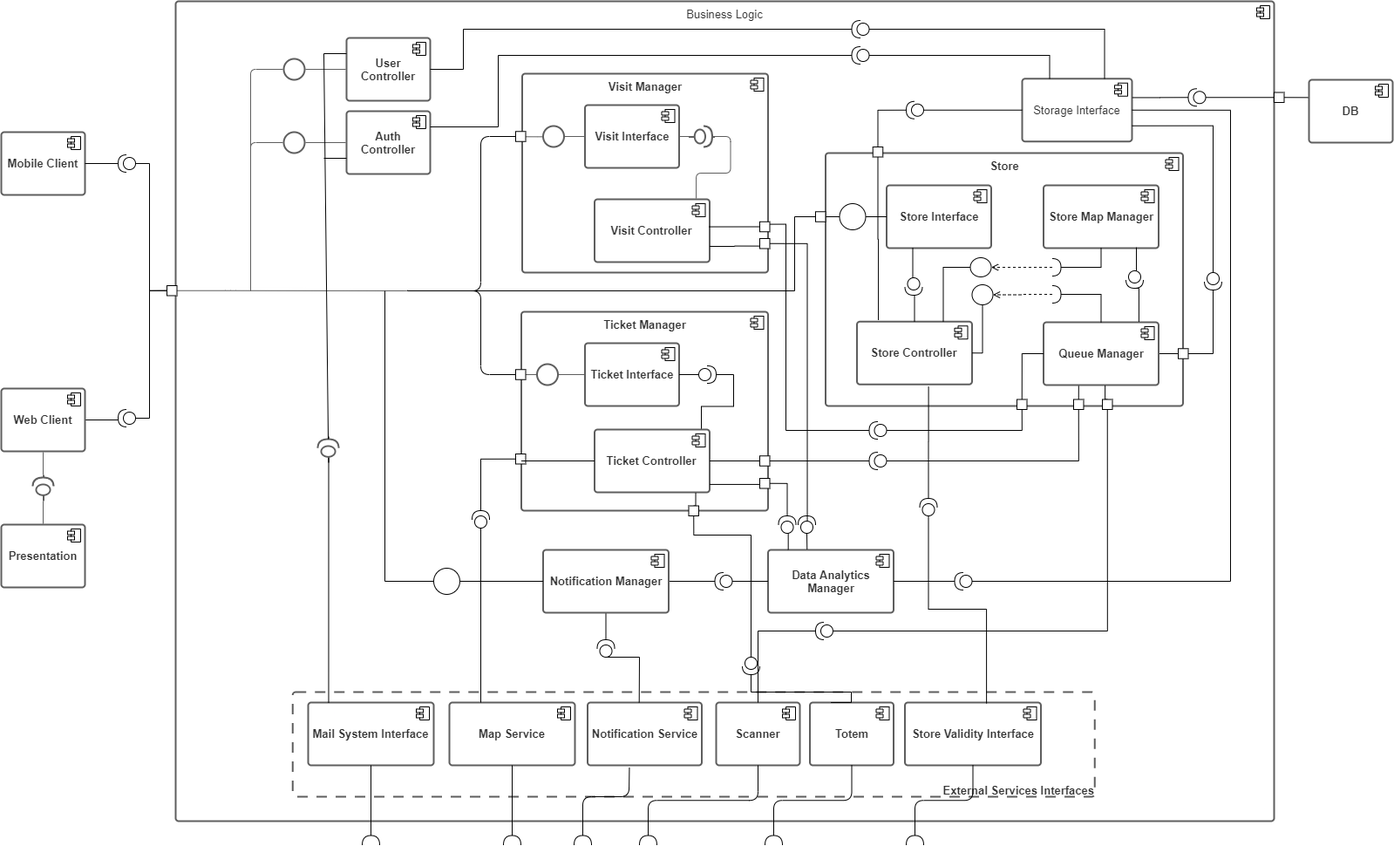
The draw.io diagram DD/img/component_view.png in giovannidispoto/CLup-software-engineering-2, before a commit. Source tidied: cells renumbered, new cells last; positions are measured from the earlier drawing's top-left corner, leaving out a move shared by most shapes.
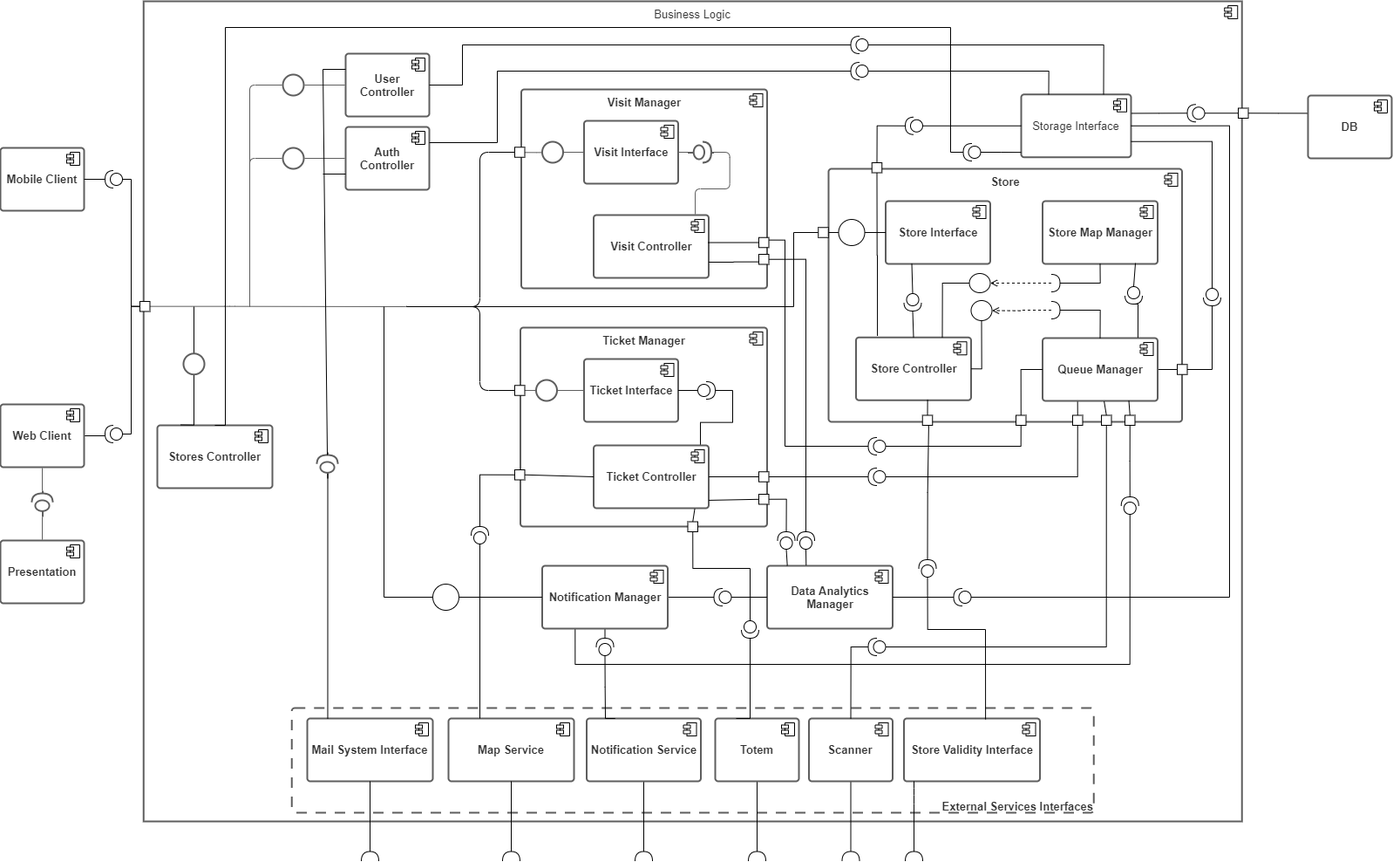
After the commit.

Commit message:
component view image, added queue scaling process

Diff of the diagram source:
```diff
@@ -4,4 +4,4 @@
     <mxCell id="1" parent="0" />
-    <mxCell id="2" value="Business Logic" style="html=1;whiteSpace=wrap;fontSize=13;fontColor=#333333;spacing=3;verticalAlign=top;strokeColor=#5e5e5e;strokeOpacity=100;rounded=1;absoluteArcSize=1;arcSize=7;strokeWidth=2;" parent="1" vertex="1">
-      <mxGeometry x="200" width="1260" height="940" as="geometry" />
+    <mxCell id="2" value="Business Logic" style="html=1;whiteSpace=wrap;fontSize=13;fontColor=#333333;spacing=3;verticalAlign=top;strokeColor=#5e5e5e;strokeOpacity=100;rounded=0;absoluteArcSize=1;arcSize=7;strokeWidth=2;" parent="1" vertex="1">
+      <mxGeometry x="164.2" y="-18" width="1260" height="940" as="geometry" />
     </mxCell>
@@ -108,4 +108,7 @@
     </mxCell>
+    <mxCell id="212" style="edgeStyle=orthogonalEdgeStyle;rounded=0;jettySize=auto;html=1;exitX=0.5;exitY=1;exitDx=0;exitDy=0;entryX=1;entryY=0.5;entryDx=0;entryDy=0;entryPerimeter=0;endArrow=none;endFill=0;" parent="1" edge="1" source="30" target="96">
+      <mxGeometry relative="1" as="geometry" />
+    </mxCell>
     <mxCell id="30" value="Totem" style="html=1;whiteSpace=wrap;fontSize=13;fontColor=#333333;fontStyle=1;spacing=3;strokeColor=#5e5e5e;strokeOpacity=100;rounded=1;absoluteArcSize=1;arcSize=7;strokeWidth=2;" parent="1" vertex="1">
-      <mxGeometry x="927.5" y="804" width="96" height="72" as="geometry" />
+      <mxGeometry x="820" y="804" width="96" height="72" as="geometry" />
     </mxCell>
@@ -116,4 +119,7 @@
     </mxCell>
+    <mxCell id="213" style="edgeStyle=orthogonalEdgeStyle;rounded=0;jettySize=auto;html=1;exitX=0.5;exitY=1;exitDx=0;exitDy=0;entryX=1;entryY=0.5;entryDx=0;entryDy=0;entryPerimeter=0;endArrow=none;endFill=0;" parent="1" edge="1" source="32" target="98">
+      <mxGeometry relative="1" as="geometry" />
+    </mxCell>
     <mxCell id="32" value="Scanner" style="html=1;whiteSpace=wrap;fontSize=13;fontColor=#333333;fontStyle=1;spacing=3;strokeColor=#5e5e5e;strokeOpacity=100;rounded=1;absoluteArcSize=1;arcSize=7;strokeWidth=2;" parent="1" vertex="1">
-      <mxGeometry x="820" y="804" width="96" height="72" as="geometry" />
+      <mxGeometry x="927.5" y="804" width="96" height="72" as="geometry" />
     </mxCell>
@@ -202,3 +208,3 @@
     <mxCell id="55" value="Store" style="html=1;whiteSpace=wrap;fontSize=13;fontColor=#333333;fontStyle=1;spacing=3;verticalAlign=top;strokeColor=#5e5e5e;strokeOpacity=100;rounded=1;absoluteArcSize=1;arcSize=7;strokeWidth=2;" parent="1" vertex="1">
-      <mxGeometry x="945.5" y="174" width="410" height="290" as="geometry" />
+      <mxGeometry x="950" y="174" width="405.5" height="290" as="geometry" />
     </mxCell>
@@ -345,3 +351,3 @@
     </mxCell>
-    <mxCell id="91" style="endArrow=none;html=1;entryX=0;entryY=0.5;entryDx=0;entryDy=0;exitX=0;exitY=0.75;exitDx=0;exitDy=0;" parent="1" edge="1" source="34" target="38">
+    <mxCell id="91" style="endArrow=none;html=1;entryX=0;entryY=0.5;entryDx=0;entryDy=0;exitX=1;exitY=0.5;exitDx=0;exitDy=0;" parent="1" edge="1" source="90" target="38">
       <mxGeometry relative="1" as="geometry" />
@@ -361,13 +367,7 @@
     <mxCell id="96" style="shape=requiredInterface;html=1;verticalLabelPosition=bottom;rotation=-90;" parent="1" vertex="1">
-      <mxGeometry x="736.5" y="952" width="11" height="20" as="geometry" />
+      <mxGeometry x="862.5" y="952" width="11" height="20" as="geometry" />
     </mxCell>
-    <mxCell id="97" style="endArrow=none;html=1;edgeStyle=orthogonalEdgeStyle;exitX=1;exitY=0.5;exitDx=0;exitDy=0;exitPerimeter=0;entryX=0.5;entryY=1;entryDx=0;entryDy=0;" parent="1" edge="1" source="96" target="32">
-      <mxGeometry relative="1" as="geometry" />
-    </mxCell>
     <mxCell id="98" style="shape=requiredInterface;html=1;verticalLabelPosition=bottom;rotation=-90;" parent="1" vertex="1">
-      <mxGeometry x="880.5" y="952" width="11" height="20" as="geometry" />
+      <mxGeometry x="970" y="952" width="11" height="20" as="geometry" />
     </mxCell>
-    <mxCell id="99" style="endArrow=none;html=1;edgeStyle=orthogonalEdgeStyle;exitX=1;exitY=0.5;exitDx=0;exitDy=0;exitPerimeter=0;entryX=0.5;entryY=1;entryDx=0;entryDy=0;" parent="1" edge="1" source="98" target="30">
-      <mxGeometry relative="1" as="geometry" />
-    </mxCell>
     <mxCell id="100" style="shape=requiredInterface;html=1;verticalLabelPosition=bottom;rotation=-90;" parent="1" vertex="1">
@@ -376,3 +376,8 @@
     <mxCell id="101" style="endArrow=none;html=1;edgeStyle=orthogonalEdgeStyle;exitX=1;exitY=0.5;exitDx=0;exitDy=0;exitPerimeter=0;" parent="1" edge="1" source="100" target="52">
-      <mxGeometry relative="1" as="geometry" />
+      <mxGeometry relative="1" as="geometry">
+        <Array as="points">
+          <mxPoint x="1048" y="892" />
+          <mxPoint x="1048" y="892" />
+        </Array>
+      </mxGeometry>
     </mxCell>
@@ -384,2 +389,12 @@
     </mxCell>
+    <mxCell id="214" style="edgeStyle=orthogonalEdgeStyle;rounded=0;orthogonalLoop=1;jettySize=auto;html=1;exitX=0.5;exitY=0;exitDx=0;exitDy=0;entryX=1;entryY=0.5;entryDx=0;entryDy=0;entryPerimeter=0;endArrow=none;endFill=0;" parent="1" edge="1">
+      <mxGeometry relative="1" as="geometry">
+        <mxPoint x="659.2" y="629" as="sourcePoint" />
+        <mxPoint x="1295.8" y="570" as="targetPoint" />
+        <Array as="points">
+          <mxPoint x="659" y="742" />
+          <mxPoint x="1296" y="742" />
+        </Array>
+      </mxGeometry>
+    </mxCell>
     <mxCell id="104" value="Notification Manager" style="html=1;whiteSpace=wrap;fontSize=13;fontColor=#333333;fontStyle=1;spacing=3;strokeColor=#5e5e5e;strokeOpacity=100;rounded=1;absoluteArcSize=1;arcSize=7;strokeWidth=2;" parent="1" vertex="1">
@@ -430,3 +445,3 @@
     <mxCell id="115" style="whiteSpace=wrap;html=1;" parent="1" vertex="1">
-      <mxGeometry x="934" y="241.2" width="11.5" height="11.5" as="geometry" />
+      <mxGeometry x="938.2" y="241.2" width="11.5" height="11.5" as="geometry" />
     </mxCell>
@@ -497,3 +512,3 @@
     <mxCell id="136" style="shape=providedRequiredInterface;html=1;verticalLabelPosition=bottom;rotation=-180;" parent="1" vertex="1">
-      <mxGeometry x="934" y="712" width="20" height="20" as="geometry" />
+      <mxGeometry x="995.5" y="712" width="20" height="20" as="geometry" />
     </mxCell>
@@ -502,5 +517,3 @@
         <Array as="points">
-          <mxPoint x="860" y="792" />
-          <mxPoint x="975" y="792" />
-          <mxPoint x="975" y="804" />
+          <mxPoint x="860" y="804" />
         </Array>
@@ -509,3 +522,3 @@
     <mxCell id="138" style="shape=providedRequiredInterface;html=1;verticalLabelPosition=bottom;rotation=90;" parent="1" vertex="1">
-      <mxGeometry x="850" y="752" width="20" height="20" as="geometry" />
+      <mxGeometry x="850" y="692" width="20" height="20" as="geometry" />
     </mxCell>
@@ -628,10 +641,12 @@
     </mxCell>
-    <mxCell id="170" style="edgeStyle=orthogonalEdgeStyle;rounded=0;jettySize=auto;html=1;exitX=1;exitY=0.5;exitDx=0;exitDy=0;exitPerimeter=0;entryX=0.622;entryY=1.038;entryDx=0;entryDy=0;entryPerimeter=0;startArrow=none;startFill=0;endArrow=none;endFill=0;" parent="1" edge="1" source="172" target="59">
-      <mxGeometry relative="1" as="geometry" />
-    </mxCell>
     <mxCell id="171" style="edgeStyle=orthogonalEdgeStyle;rounded=0;jettySize=auto;html=1;exitX=0;exitY=0.5;exitDx=0;exitDy=0;exitPerimeter=0;startArrow=none;startFill=0;endArrow=none;endFill=0;entryX=0.6;entryY=0.015;entryDx=0;entryDy=0;entryPerimeter=0;" parent="1" edge="1" source="172" target="52">
-      <mxGeometry relative="1" as="geometry" />
+      <mxGeometry relative="1" as="geometry">
+        <Array as="points">
+          <mxPoint x="1064" y="702" />
+          <mxPoint x="1130" y="702" />
+        </Array>
+      </mxGeometry>
     </mxCell>
     <mxCell id="172" style="shape=providedRequiredInterface;html=1;verticalLabelPosition=bottom;rotation=-90;" parent="1" vertex="1">
-      <mxGeometry x="1053.5" y="570" width="20" height="20" as="geometry" />
+      <mxGeometry x="1053.5" y="622" width="20" height="20" as="geometry" />
     </mxCell>
@@ -644,3 +659,3 @@
     <mxCell id="175" style="whiteSpace=wrap;html=1;" parent="1" vertex="1">
-      <mxGeometry x="1460" y="104.5" width="11.5" height="11.5" as="geometry" />
+      <mxGeometry x="1420" y="104.5" width="11.5" height="11.5" as="geometry" />
     </mxCell>
@@ -658,4 +673,4 @@
         <Array as="points">
-          <mxPoint x="170" y="186" />
-          <mxPoint x="170" y="332" />
+          <mxPoint x="150" y="186" />
+          <mxPoint x="150" y="332" />
         </Array>
@@ -664,3 +679,3 @@
     <mxCell id="180" style="shape=providedRequiredInterface;html=1;verticalLabelPosition=bottom;rotation=-180;" parent="1" vertex="1">
-      <mxGeometry x="134" y="176" width="20" height="20" as="geometry" />
+      <mxGeometry x="120" y="176" width="20" height="20" as="geometry" />
     </mxCell>
@@ -669,4 +684,4 @@
         <Array as="points">
-          <mxPoint x="170" y="478" />
-          <mxPoint x="170" y="332" />
+          <mxPoint x="150" y="478" />
+          <mxPoint x="150" y="332" />
         </Array>
@@ -675,6 +690,6 @@
     <mxCell id="182" style="shape=providedRequiredInterface;html=1;verticalLabelPosition=bottom;rotation=-180;" parent="1" vertex="1">
-      <mxGeometry x="134" y="468" width="20" height="20" as="geometry" />
+      <mxGeometry x="120" y="468" width="20" height="20" as="geometry" />
     </mxCell>
     <mxCell id="183" style="whiteSpace=wrap;html=1;" parent="1" vertex="1">
-      <mxGeometry x="190" y="326" width="11.5" height="11.5" as="geometry" />
+      <mxGeometry x="160" y="326" width="11.5" height="11.5" as="geometry" />
     </mxCell>
@@ -683,4 +698,4 @@
         <Array as="points">
-          <mxPoint x="794" y="612" />
-          <mxPoint x="860" y="612" />
+          <mxPoint x="794" y="632" />
+          <mxPoint x="860" y="632" />
         </Array>
@@ -716,3 +731,3 @@
     </mxCell>
-    <mxCell id="193" style="edgeStyle=orthogonalEdgeStyle;rounded=0;jettySize=auto;html=1;exitX=1;exitY=0.5;exitDx=0;exitDy=0;entryX=0.544;entryY=0.526;entryDx=0;entryDy=0;entryPerimeter=0;endArrow=none;endFill=0;" parent="1" edge="1" source="194" target="196">
+    <mxCell id="193" style="edgeStyle=orthogonalEdgeStyle;rounded=0;jettySize=auto;html=1;exitX=1;exitY=0.5;exitDx=0;exitDy=0;entryX=1;entryY=0.5;entryDx=0;entryDy=0;entryPerimeter=0;endArrow=none;endFill=0;" parent="1" edge="1" source="194" target="196">
       <mxGeometry relative="1" as="geometry" />
@@ -757,9 +772,4 @@
     </mxCell>
-    <mxCell id="206" style="edgeStyle=none;rounded=1;jettySize=auto;html=1;exitX=0.366;exitY=1.036;exitDx=0;exitDy=0;entryX=1;entryY=0.5;entryDx=0;entryDy=0;entryPerimeter=0;endArrow=none;endFill=0;exitPerimeter=0;" parent="1" edge="1" source="207" target="211">
-      <mxGeometry relative="1" as="geometry">
-        <Array as="points">
-          <mxPoint x="720" y="912" />
-          <mxPoint x="667" y="912" />
-        </Array>
-      </mxGeometry>
+    <mxCell id="206" style="edgeStyle=orthogonalEdgeStyle;rounded=0;jettySize=auto;html=1;exitX=0.5;exitY=1;exitDx=0;exitDy=0;endArrow=none;endFill=0;" parent="1" edge="1" source="207" target="211">
+      <mxGeometry relative="1" as="geometry" />
     </mxCell>
@@ -773,6 +783,8 @@
     </mxCell>
-    <mxCell id="209" style="edgeStyle=none;rounded=0;jettySize=auto;html=1;exitX=0;exitY=0.5;exitDx=0;exitDy=0;exitPerimeter=0;entryX=0.452;entryY=0;entryDx=0;entryDy=0;entryPerimeter=0;endArrow=none;endFill=0;" parent="1" edge="1" source="210" target="207">
+    <mxCell id="209" style="edgeStyle=orthogonalEdgeStyle;rounded=0;jettySize=auto;html=1;exitX=0;exitY=0.5;exitDx=0;exitDy=0;exitPerimeter=0;entryX=0.25;entryY=0;entryDx=0;entryDy=0;endArrow=none;endFill=0;" parent="1" edge="1" source="210" target="207">
       <mxGeometry relative="1" as="geometry">
         <Array as="points">
-          <mxPoint x="732" y="752" />
+          <mxPoint x="694" y="768" />
+          <mxPoint x="694" y="768" />
+          <mxPoint x="694" y="804" />
         </Array>
@@ -781,7 +793,73 @@
     <mxCell id="210" style="shape=providedRequiredInterface;html=1;verticalLabelPosition=bottom;rotation=-90;" parent="1" vertex="1">
-      <mxGeometry x="683.5" y="732" width="20" height="20" as="geometry" />
+      <mxGeometry x="683.5" y="712" width="20" height="20" as="geometry" />
     </mxCell>
     <mxCell id="211" style="shape=requiredInterface;html=1;verticalLabelPosition=bottom;rotation=-90;" parent="1" vertex="1">
-      <mxGeometry x="661.5" y="952" width="11" height="20" as="geometry" />
+      <mxGeometry x="732.5" y="952" width="11" height="20" as="geometry" />
     </mxCell>
+    <mxCell id="215" value="Stores&amp;nbsp;Controller" style="html=1;whiteSpace=wrap;fontSize=13;fontColor=#333333;fontStyle=1;spacing=3;strokeColor=#5e5e5e;strokeOpacity=100;rounded=1;absoluteArcSize=1;arcSize=7;strokeWidth=2;" parent="1" vertex="1">
+      <mxGeometry x="180" y="468" width="132" height="72" as="geometry" />
+    </mxCell>
+    <mxCell id="216" style="shape=component;jettyWidth=8;jettyHeight=4;" parent="215" vertex="1">
+      <mxGeometry x="1" width="15" height="15" relative="1" as="geometry">
+        <mxPoint x="-20" y="5" as="offset" />
+      </mxGeometry>
+    </mxCell>
+    <mxCell id="217" style="edgeStyle=orthogonalEdgeStyle;rounded=0;jettySize=auto;html=1;exitX=0;exitY=0.5;exitDx=0;exitDy=0;exitPerimeter=0;entryX=-0.001;entryY=0.922;entryDx=0;entryDy=0;endArrow=none;endFill=0;entryPerimeter=0;" parent="1" edge="1" source="219" target="28">
+      <mxGeometry relative="1" as="geometry" />
+    </mxCell>
+    <mxCell id="218" style="edgeStyle=orthogonalEdgeStyle;rounded=0;jettySize=auto;html=1;exitX=1;exitY=0.5;exitDx=0;exitDy=0;exitPerimeter=0;entryX=0.5;entryY=0;entryDx=0;entryDy=0;endArrow=none;endFill=0;" parent="1" edge="1" source="219" target="215">
+      <mxGeometry relative="1" as="geometry">
+        <Array as="points">
+          <mxPoint x="1090" y="155" />
+          <mxPoint x="1090" y="12" />
+          <mxPoint x="258" y="12" />
+        </Array>
+      </mxGeometry>
+    </mxCell>
+    <mxCell id="219" style="shape=providedRequiredInterface;html=1;verticalLabelPosition=bottom;rotation=-180;" parent="1" vertex="1">
+      <mxGeometry x="1104.5" y="145" width="20" height="20" as="geometry" />
+    </mxCell>
+    <mxCell id="220" style="edgeStyle=orthogonalEdgeStyle;rounded=0;jettySize=auto;html=1;exitX=0.5;exitY=1;exitDx=0;exitDy=0;entryX=0;entryY=0.5;entryDx=0;entryDy=0;entryPerimeter=0;endArrow=none;endFill=0;" parent="1" edge="1" source="222">
+      <mxGeometry relative="1" as="geometry">
+        <mxPoint x="1295.8" y="550" as="targetPoint" />
+      </mxGeometry>
+    </mxCell>
+    <mxCell id="221" style="edgeStyle=orthogonalEdgeStyle;rounded=0;jettySize=auto;html=1;exitX=0.5;exitY=0;exitDx=0;exitDy=0;entryX=0.75;entryY=1;entryDx=0;entryDy=0;endArrow=none;endFill=0;" parent="1" edge="1" source="222" target="63">
+      <mxGeometry relative="1" as="geometry" />
+    </mxCell>
+    <mxCell id="222" style="whiteSpace=wrap;html=1;" parent="1" vertex="1">
+      <mxGeometry x="1290" y="456.5" width="11.5" height="11.5" as="geometry" />
+    </mxCell>
+    <mxCell id="223" style="shape=providedRequiredInterface;html=1;verticalLabelPosition=bottom;rotation=-90;" parent="1" vertex="1">
+      <mxGeometry x="1285.8" y="550" width="20" height="20" as="geometry" />
+    </mxCell>
+    <mxCell id="224" style="edgeStyle=orthogonalEdgeStyle;rounded=0;jettySize=auto;html=1;exitX=0.5;exitY=0;exitDx=0;exitDy=0;endArrow=none;endFill=0;" parent="1" edge="1" source="226">
+      <mxGeometry relative="1" as="geometry">
+        <mxPoint x="222" y="332" as="targetPoint" />
+      </mxGeometry>
+    </mxCell>
+    <mxCell id="225" style="edgeStyle=orthogonalEdgeStyle;rounded=0;jettySize=auto;html=1;exitX=0.5;exitY=1;exitDx=0;exitDy=0;entryX=0.203;entryY=-0.007;entryDx=0;entryDy=0;endArrow=none;endFill=0;entryPerimeter=0;" parent="1" edge="1" source="226" target="215">
+      <mxGeometry relative="1" as="geometry">
+        <Array as="points">
+          <mxPoint x="222" y="468" />
+        </Array>
+      </mxGeometry>
+    </mxCell>
+    <mxCell id="226" style="html=1;overflow=block;whiteSpace=wrap;ellipse;whiteSpace=wrap;fontSize=11;spacing=0;strokeColor=#5e5e5e;strokeOpacity=100;rounded=1;absoluteArcSize=1;arcSize=7;strokeWidth=2;" parent="1" vertex="1">
+      <mxGeometry x="210" y="385.8" width="24" height="24" as="geometry" />
+    </mxCell>
+    <mxCell id="227" style="edgeStyle=orthogonalEdgeStyle;rounded=0;jettySize=auto;html=1;exitX=0.5;exitY=0;exitDx=0;exitDy=0;entryX=0.622;entryY=0.992;entryDx=0;entryDy=0;entryPerimeter=0;endArrow=none;endFill=0;" parent="1" edge="1" source="228" target="59">
+      <mxGeometry relative="1" as="geometry" />
+    </mxCell>
+    <mxCell id="228" style="whiteSpace=wrap;html=1;" parent="1" vertex="1">
+      <mxGeometry x="1057.8" y="456.5" width="11.5" height="11.5" as="geometry" />
+    </mxCell>
+    <mxCell id="229" style="edgeStyle=orthogonalEdgeStyle;rounded=0;jettySize=auto;html=1;exitX=1;exitY=0.5;exitDx=0;exitDy=0;exitPerimeter=0;entryX=0.622;entryY=1.038;entryDx=0;entryDy=0;entryPerimeter=0;startArrow=none;startFill=0;endArrow=none;endFill=0;" parent="1" edge="1" source="172" target="228">
+      <mxGeometry relative="1" as="geometry">
+        <Array as="points">
+          <mxPoint x="1064" y="545" />
+          <mxPoint x="1065" y="545" />
+        </Array>
+      </mxGeometry>
+    </mxCell>
   </root>
```
